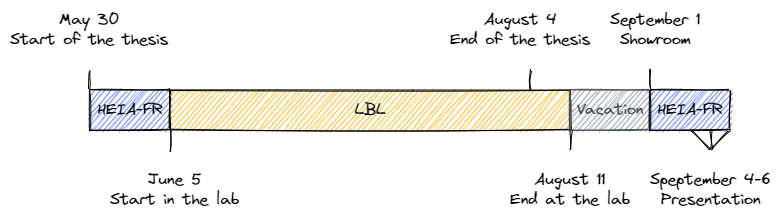
simbarras/tb23-gpu-opt-celeritas keeps this Excalidraw diagram as doc/05-resources/img/spec/planning.excalidraw.png. Above is the earlier version. Source tidied: one line per element, renumbered; positions are measured from the earlier drawing's top-left corner, leaving out a move shared by most shapes.
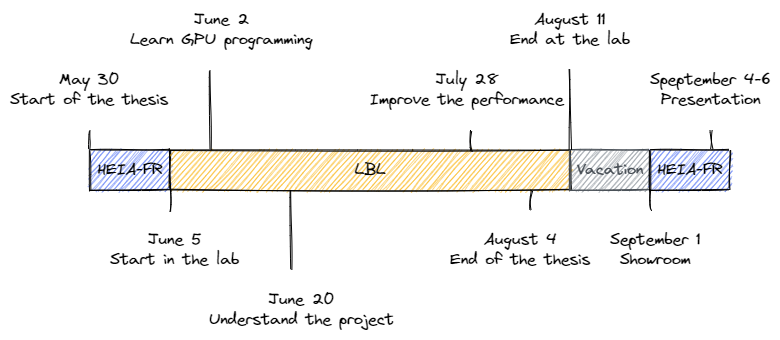
The same diagram one commit later.

What changed in the source:
```diff
@@ -1,6 +1,6 @@
 {"id": 0, "type": "rectangle", "strokeColor": "#000000", "backgroundColor": "#4c6ef5", "fillStyle": "hachure", "strokeWidth": 1, "roughness": 1, "x": 80, "y": 80, "width": 80, "height": 40}
 {"id": 1, "type": "text", "text": "HEIA-FR", "strokeColor": "#000000", "strokeWidth": 1, "roughness": 1, "fontSize": 16, "fontFamily": 1, "textAlign": "center", "verticalAlign": "middle", "inside": 0, "x": 87, "y": 90, "width": 65, "height": 20}
-{"id": 2, "type": "text", "text": "August 4\nEnd of the thesis", "strokeColor": "#000000", "strokeWidth": 1, "roughness": 1, "fontSize": 16, "fontFamily": 1, "textAlign": "center", "x": 440, "y": 0, "width": 140, "height": 40}
+{"id": 2, "type": "text", "text": "August 4\nEnd of the thesis", "strokeColor": "#000000", "strokeWidth": 1, "roughness": 1, "fontSize": 16, "fontFamily": 1, "textAlign": "center", "x": 440, "y": 160, "width": 140, "height": 40}
 {"id": 3, "type": "rectangle", "strokeColor": "#000000", "backgroundColor": "#fab005", "fillStyle": "hachure", "strokeWidth": 1, "roughness": 1, "x": 160, "y": 80, "width": 400, "height": 40}
 {"id": 4, "type": "text", "text": "LBL", "strokeColor": "#000000", "strokeWidth": 1, "roughness": 1, "fontSize": 16, "fontFamily": 1, "textAlign": "center", "verticalAlign": "middle", "inside": 3, "x": 345, "y": 90, "width": 31, "height": 20}
 {"id": 5, "type": "rectangle", "strokeColor": "#495057", "backgroundColor": "#868e96", "fillStyle": "hachure", "strokeWidth": 1, "roughness": 1, "x": 560, "y": 80, "width": 80, "height": 40}
@@ -10,13 +10,17 @@
 {"id": 9, "type": "text", "text": "May 30\nStart of the thesis", "strokeColor": "#000000", "backgroundColor": "#868e96", "fillStyle": "hachure", "strokeWidth": 1, "roughness": 1, "fontSize": 16, "fontFamily": 1, "textAlign": "center", "x": 0, "y": 0, "width": 158, "height": 40}
 {"id": 10, "type": "line", "strokeColor": "#000000", "backgroundColor": "#868e96", "fillStyle": "hachure", "strokeWidth": 1, "roughness": 1, "x": 80, "y": 80, "width": 0, "height": 20, "points": [[0, 0], [0, -20]]}
 {"id": 11, "type": "line", "strokeColor": "#000000", "backgroundColor": "#868e96", "fillStyle": "hachure", "strokeWidth": 1, "roughness": 1, "x": 161, "y": 141, "width": 0, "height": 20, "points": [[0, 0], [0, -20]]}
-{"id": 12, "type": "line", "strokeColor": "#000000", "backgroundColor": "#868e96", "fillStyle": "hachure", "strokeWidth": 1, "roughness": 1, "x": 520, "y": 80, "width": 0, "height": 20, "points": [[0, 0], [0, -20]]}
+{"id": 12, "type": "line", "strokeColor": "#000000", "backgroundColor": "#868e96", "fillStyle": "hachure", "strokeWidth": 1, "roughness": 1, "x": 520, "y": 140, "width": 1, "height": 19, "points": [[0, 0], [1, -19]]}
-{"id": 13, "type": "line", "strokeColor": "#000000", "backgroundColor": "#868e96", "fillStyle": "hachure", "strokeWidth": 1, "roughness": 1, "x": 561, "y": 140, "width": 0, "height": 20, "points": [[0, 0], [0, -20]]}
+{"id": 13, "type": "line", "strokeColor": "#000000", "backgroundColor": "#868e96", "fillStyle": "hachure", "strokeWidth": 1, "roughness": 1, "x": 560, "y": 0, "width": 0, "height": 80, "points": [[0, 0], [0, 80]]}
-{"id": 14, "type": "line", "strokeColor": "#000000", "backgroundColor": "#868e96", "fillStyle": "hachure", "strokeWidth": 1, "roughness": 1, "x": 640, "y": 80, "width": 0, "height": 20, "points": [[0, 0], [0, -20]]}
+{"id": 14, "type": "line", "strokeColor": "#000000", "backgroundColor": "#868e96", "fillStyle": "hachure", "strokeWidth": 1, "roughness": 1, "x": 640, "y": 140, "width": 0, "height": 20, "points": [[0, 0], [0, -20]]}
-{"id": 15, "type": "line", "strokeColor": "#000000", "backgroundColor": "#868e96", "fillStyle": "hachure", "strokeWidth": 1, "roughness": 1, "x": 701, "y": 140, "width": 0, "height": 20, "points": [[0, 0], [0, -20]]}
+{"id": 15, "type": "line", "strokeColor": "#000000", "backgroundColor": "#868e96", "fillStyle": "hachure", "strokeWidth": 1, "roughness": 1, "x": 701, "y": 80, "width": 0, "height": 20, "points": [[0, 0], [0, -20]]}
 {"id": 16, "type": "text", "text": "June 5\nStart in the lab", "strokeColor": "#000000", "backgroundColor": "#868e96", "fillStyle": "hachure", "strokeWidth": 1, "roughness": 1, "fontSize": 16, "fontFamily": 1, "textAlign": "center", "x": 100, "y": 160, "width": 129, "height": 40}
-{"id": 17, "type": "text", "text": "August 11\nEnd at the lab", "strokeColor": "#000000", "backgroundColor": "#868e96", "fillStyle": "hachure", "strokeWidth": 1, "roughness": 1, "fontSize": 16, "fontFamily": 1, "textAlign": "center", "x": 500, "y": 160, "width": 120, "height": 40}
+{"id": 17, "type": "text", "text": "August 11\nEnd at the lab", "strokeColor": "#000000", "backgroundColor": "#868e96", "fillStyle": "hachure", "strokeWidth": 1, "roughness": 1, "fontSize": 16, "fontFamily": 1, "textAlign": "center", "x": 500, "y": -60, "width": 120, "height": 40}
-{"id": 18, "type": "text", "text": "September 1\nShowroom", "strokeColor": "#000000", "backgroundColor": "#868e96", "fillStyle": "hachure", "strokeWidth": 1, "roughness": 1, "fontSize": 16, "fontFamily": 1, "textAlign": "center", "x": 600, "y": 0, "width": 90, "height": 40}
+{"id": 18, "type": "text", "text": "September 1\nShowroom", "strokeColor": "#000000", "backgroundColor": "#868e96", "fillStyle": "hachure", "strokeWidth": 1, "roughness": 1, "fontSize": 16, "fontFamily": 1, "textAlign": "center", "x": 600, "y": 160, "width": 90, "height": 40}
-{"id": 19, "type": "text", "text": "Speptember 4-6\nPresentation", "strokeColor": "#000000", "backgroundColor": "#868e96", "fillStyle": "hachure", "strokeWidth": 1, "roughness": 1, "fontSize": 16, "fontFamily": 1, "textAlign": "center", "x": 640, "y": 160, "width": 121, "height": 40}
+{"id": 19, "type": "text", "text": "Speptember 4-6\nPresentation", "strokeColor": "#000000", "backgroundColor": "#868e96", "fillStyle": "hachure", "strokeWidth": 1, "roughness": 1, "fontSize": 16, "fontFamily": 1, "textAlign": "center", "x": 640, "y": 0, "width": 121, "height": 40}
-{"id": 20, "type": "line", "strokeColor": "#000000", "backgroundColor": "#868e96", "fillStyle": "hachure", "strokeWidth": 1, "roughness": 1, "x": 700, "y": 140, "width": 19, "height": 20, "points": [[0, 0], [-19, -20]]}
-{"id": 21, "type": "line", "strokeColor": "#000000", "backgroundColor": "#868e96", "fillStyle": "hachure", "strokeWidth": 1, "roughness": 1, "x": 700, "y": 140, "width": 20, "height": 20, "points": [[0, 0], [20, -20]]}
+{"id": 22, "type": "text", "text": "June 2\nLearn GPU programming", "strokeColor": "#000000", "strokeWidth": 1, "roughness": 1, "fontSize": 16, "fontFamily": 1, "textAlign": "center", "x": 120, "y": -60, "width": 182, "height": 40}
+{"id": 23, "type": "line", "strokeColor": "#000000", "backgroundColor": "#868e96", "fillStyle": "hachure", "strokeWidth": 1, "roughness": 1, "x": 201, "y": 80, "width": 1, "height": 80, "points": [[0, 0], [-1, -80]]}
+{"id": 24, "type": "line", "strokeColor": "#000000", "backgroundColor": "#868e96", "fillStyle": "hachure", "strokeWidth": 1, "roughness": 1, "x": 282, "y": 200, "width": 1, "height": 80, "points": [[0, 0], [-1, -80]]}
+{"id": 25, "type": "text", "text": "June 20\nUnderstand the project", "strokeColor": "#000000", "strokeWidth": 1, "roughness": 1, "fontSize": 16, "fontFamily": 1, "textAlign": "center", "x": 199, "y": 220, "width": 185, "height": 40}
+{"id": 26, "type": "line", "strokeColor": "#000000", "backgroundColor": "#868e96", "fillStyle": "hachure", "strokeWidth": 1, "roughness": 1, "x": 461, "y": 81, "width": 1, "height": 21, "points": [[0, 0], [-1, -21]]}
+{"id": 27, "type": "text", "text": "July 28\nImprove the performance", "strokeColor": "#000000", "strokeWidth": 1, "roughness": 1, "fontSize": 16, "fontFamily": 1, "textAlign": "center", "x": 360, "y": 0, "width": 193, "height": 40}
```
